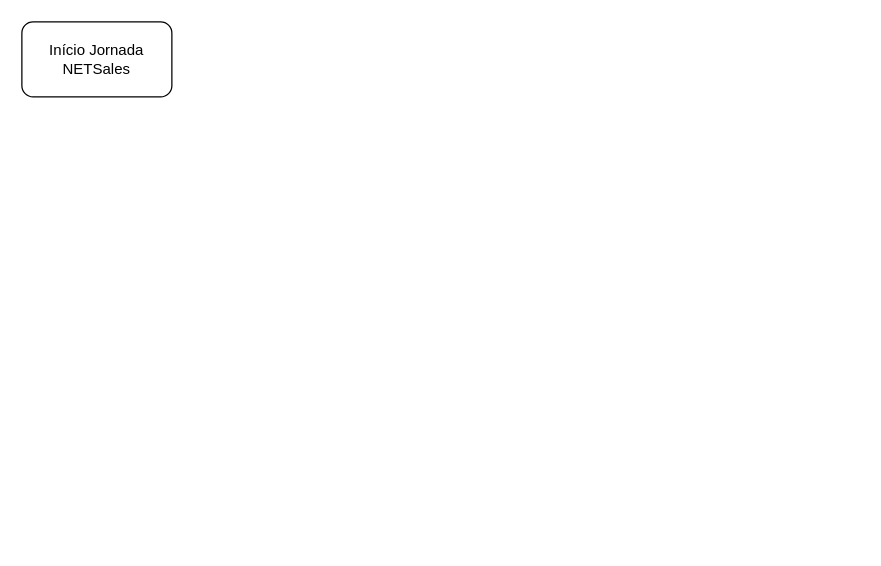
Above: 119958 Estoque único de EQPs e Gestão de inventário.drawio in samirali/ClaroBrasil (draw.io), before the change. Source tidied: cells renumbered, new cells numbered last; positions are measured from the earlier drawing's top-left corner, leaving out a move shared by most shapes. Both pictures are drawn from the tidied source at 125%, with x=0, y=0 at pixel (21, 21).
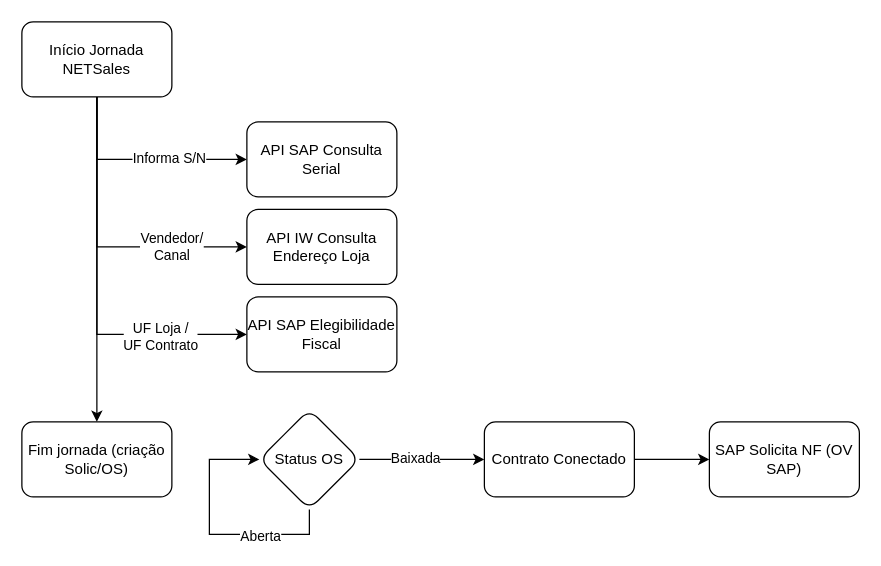
After the change.

The change refers to these unchanged cells:
```xml
<mxCell id="2" value="Início Jornada NETSales" style="rounded=1;whiteSpace=wrap;html=1;" parent="1" vertex="1">
  <mxGeometry width="120" height="60" as="geometry" />
</mxCell>
```

What changed in the source:
```diff
@@
+    <mxCell id="3" style="edgeStyle=orthogonalEdgeStyle;rounded=0;jettySize=auto;html=1;entryX=0;entryY=0.5;entryDx=0;entryDy=0;exitX=0.5;exitY=1;exitDx=0;exitDy=0;" parent="1" edge="1" source="2" target="10">
+      <mxGeometry relative="1" as="geometry" />
+    </mxCell>
+    <mxCell id="4" value="Informa S/N" style="edgeLabel;html=1;align=center;verticalAlign=middle;" parent="3" vertex="1">
+      <mxGeometry x="0.26" y="2" relative="1" as="geometry" />
+    </mxCell>
+    <mxCell id="5" style="edgeStyle=orthogonalEdgeStyle;rounded=0;jettySize=auto;html=1;entryX=0;entryY=0.5;entryDx=0;entryDy=0;" parent="1" edge="1" source="2" target="11">
+      <mxGeometry relative="1" as="geometry">
+        <Array as="points">
+          <mxPoint x="60" y="180" />
+        </Array>
+      </mxGeometry>
+    </mxCell>
+    <mxCell id="6" value="Vendedor/&lt;div&gt;Canal&lt;/div&gt;" style="edgeLabel;html=1;align=center;verticalAlign=middle;" parent="5" vertex="1">
+      <mxGeometry x="0.49" y="1" relative="1" as="geometry" />
+    </mxCell>
+    <mxCell id="7" style="edgeStyle=orthogonalEdgeStyle;rounded=0;jettySize=auto;html=1;entryX=0;entryY=0.5;entryDx=0;entryDy=0;" parent="1" edge="1" source="2" target="12">
+      <mxGeometry relative="1" as="geometry">
+        <Array as="points">
+          <mxPoint x="60" y="250" />
+        </Array>
+      </mxGeometry>
+    </mxCell>
+    <mxCell id="8" value="UF Loja /&lt;div&gt;UF Contrato&lt;/div&gt;" style="edgeLabel;html=1;align=center;verticalAlign=middle;" parent="7" vertex="1">
+      <mxGeometry x="0.55" y="-1" relative="1" as="geometry" />
+    </mxCell>
+    <mxCell id="9" style="edgeStyle=orthogonalEdgeStyle;rounded=0;jettySize=auto;html=1;" parent="1" edge="1" source="2" target="13">
+      <mxGeometry relative="1" as="geometry" />
+    </mxCell>
@@
+    <mxCell id="10" value="API SAP Consulta Serial" style="rounded=1;whiteSpace=wrap;html=1;" parent="1" vertex="1">
+      <mxGeometry x="180" y="80" width="120" height="60" as="geometry" />
+    </mxCell>
+    <mxCell id="11" value="API IW Consulta Endereço Loja" style="rounded=1;whiteSpace=wrap;html=1;" parent="1" vertex="1">
+      <mxGeometry x="180" y="150" width="120" height="60" as="geometry" />
+    </mxCell>
+    <mxCell id="12" value="API SAP Elegibilidade Fiscal" style="rounded=1;whiteSpace=wrap;html=1;" parent="1" vertex="1">
+      <mxGeometry x="180" y="220" width="120" height="60" as="geometry" />
+    </mxCell>
+    <mxCell id="13" value="Fim jornada (criação Solic/OS)" style="rounded=1;whiteSpace=wrap;html=1;" parent="1" vertex="1">
+      <mxGeometry y="320" width="120" height="60" as="geometry" />
+    </mxCell>
+    <mxCell id="14" style="edgeStyle=orthogonalEdgeStyle;rounded=0;jettySize=auto;html=1;entryX=0;entryY=0.5;entryDx=0;entryDy=0;" parent="1" edge="1" source="15" target="19">
+      <mxGeometry relative="1" as="geometry" />
+    </mxCell>
+    <mxCell id="15" value="Contrato Conectado" style="rounded=1;whiteSpace=wrap;html=1;" parent="1" vertex="1">
+      <mxGeometry x="370" y="320" width="120" height="60" as="geometry" />
+    </mxCell>
+    <mxCell id="16" style="edgeStyle=orthogonalEdgeStyle;rounded=0;jettySize=auto;html=1;entryX=0;entryY=0.5;entryDx=0;entryDy=0;" parent="1" edge="1" source="18" target="15">
+      <mxGeometry relative="1" as="geometry" />
+    </mxCell>
+    <mxCell id="17" value="Baixada" style="edgeLabel;html=1;align=center;verticalAlign=middle;" parent="16" vertex="1">
+      <mxGeometry x="-0.13" y="2" relative="1" as="geometry" />
+    </mxCell>
+    <mxCell id="18" value="Status OS" style="rhombus;whiteSpace=wrap;html=1;rounded=1;" parent="1" vertex="1">
+      <mxGeometry x="190" y="310" width="80" height="80" as="geometry" />
+    </mxCell>
+    <mxCell id="19" value="SAP Solicita NF (OV SAP)" style="rounded=1;whiteSpace=wrap;html=1;" parent="1" vertex="1">
+      <mxGeometry x="550" y="320" width="120" height="60" as="geometry" />
+    </mxCell>
+    <mxCell id="20" style="edgeStyle=orthogonalEdgeStyle;rounded=0;orthogonalLoop=1;jettySize=auto;html=1;entryX=0;entryY=0.5;entryDx=0;entryDy=0;exitX=0.5;exitY=1;exitDx=0;exitDy=0;" parent="1" edge="1" source="18" target="18">
+      <mxGeometry relative="1" as="geometry">
+        <Array as="points">
+          <mxPoint x="230" y="410" />
+          <mxPoint x="150" y="410" />
+          <mxPoint x="150" y="350" />
+        </Array>
+      </mxGeometry>
+    </mxCell>
+    <mxCell id="21" value="Aberta" style="edgeLabel;html=1;align=center;verticalAlign=middle;" parent="20" vertex="1">
+      <mxGeometry x="-0.32" y="1" relative="1" as="geometry">
+        <mxPoint x="8" as="offset" />
+      </mxGeometry>
+    </mxCell>
```
